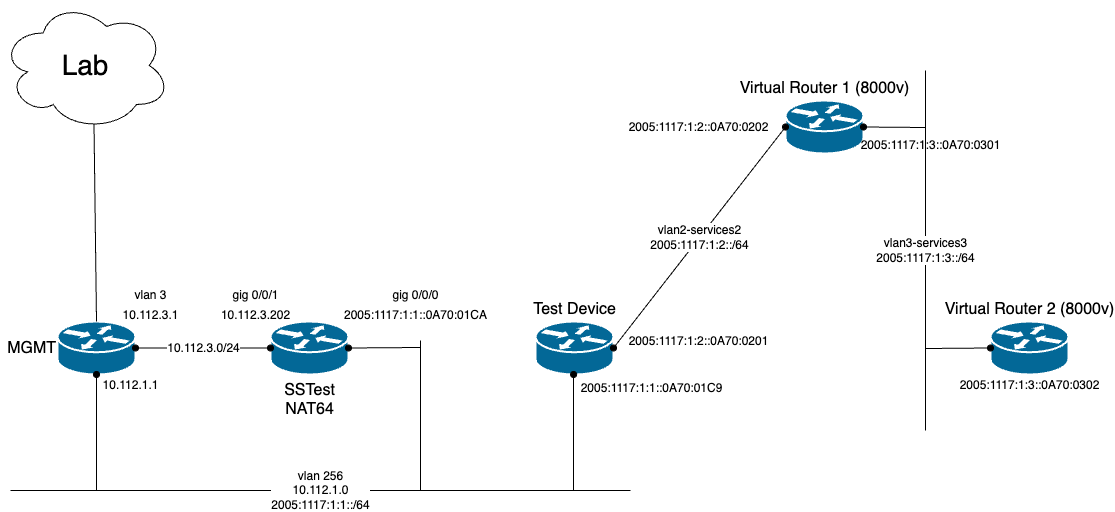
The draw.io diagram Network_Diagram.png in JSkrab/Cisco_IPv6_Testing, before a commit. Source tidied: cells renumbered, new cells last; positions are measured from the earlier drawing's top-left corner, leaving out a move shared by most shapes.
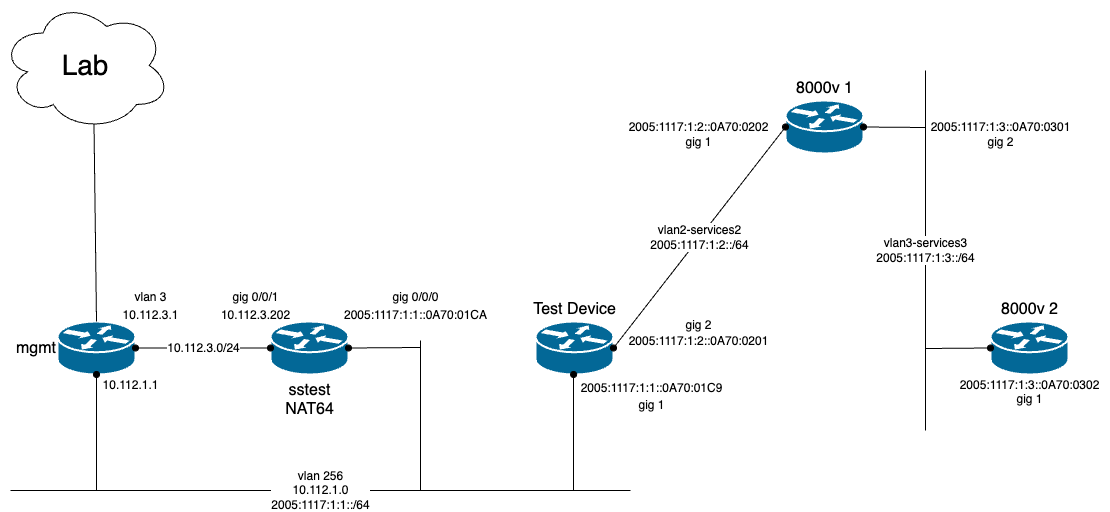
The same file after the commit.

The edit, as a diff of the source:
```diff
@@ -5,19 +5,19 @@
     <mxCell id="2" value="&lt;font style=&quot;font-size: 28px;&quot;&gt;Lab&lt;/font&gt;" style="ellipse;shape=cloud;whiteSpace=wrap;html=1;" parent="1" vertex="1">
       <mxGeometry width="170" height="130" as="geometry" />
     </mxCell>
-    <mxCell id="3" value="&lt;span style=&quot;font-size: 16px;&quot;&gt;MGMT&lt;br&gt;&lt;/span&gt;" style="shape=mxgraph.cisco.routers.router;sketch=0;html=1;dashed=0;fillColor=#036897;strokeColor=#ffffff;strokeWidth=2;verticalLabelPosition=middle;verticalAlign=middle;align=right;outlineConnect=0;labelPosition=left;textDirection=ltr;" parent="1" vertex="1">
+    <mxCell id="3" value="&lt;span style=&quot;font-size: 16px;&quot;&gt;mgmt&lt;br&gt;&lt;/span&gt;" style="shape=mxgraph.cisco.routers.router;sketch=0;html=1;dashed=0;fillColor=#036897;strokeColor=#ffffff;strokeWidth=2;verticalLabelPosition=middle;verticalAlign=middle;align=right;outlineConnect=0;labelPosition=left;textDirection=ltr;" parent="1" vertex="1">
       <mxGeometry x="57" y="321" width="78" height="53" as="geometry" />
     </mxCell>
     <mxCell id="4" value="&lt;font style=&quot;font-size: 16px;&quot;&gt;Test Device&lt;/font&gt;" style="shape=mxgraph.cisco.routers.router;sketch=0;html=1;dashed=0;fillColor=#036897;strokeColor=#ffffff;strokeWidth=2;verticalLabelPosition=top;verticalAlign=bottom;align=center;outlineConnect=0;labelPosition=center;" parent="1" vertex="1">
       <mxGeometry x="535" y="321" width="78" height="53" as="geometry" />
     </mxCell>
-    <mxCell id="5" value="&lt;font style=&quot;font-size: 16px;&quot;&gt;Virtual Router 1 (8000v)&lt;/font&gt;" style="shape=mxgraph.cisco.routers.router;sketch=0;html=1;dashed=0;fillColor=#036897;strokeColor=#ffffff;strokeWidth=2;verticalLabelPosition=top;verticalAlign=bottom;align=center;outlineConnect=0;labelPosition=center;" parent="1" vertex="1">
+    <mxCell id="5" value="&lt;font style=&quot;font-size: 16px;&quot;&gt;8000v 1&lt;/font&gt;" style="shape=mxgraph.cisco.routers.router;sketch=0;html=1;dashed=0;fillColor=#036897;strokeColor=#ffffff;strokeWidth=2;verticalLabelPosition=top;verticalAlign=bottom;align=center;outlineConnect=0;labelPosition=center;" parent="1" vertex="1">
       <mxGeometry x="785" y="100" width="78" height="53" as="geometry" />
     </mxCell>
-    <mxCell id="6" value="&lt;font style=&quot;font-size: 16px;&quot;&gt;Virtual Router 2 (8000v)&lt;/font&gt;" style="shape=mxgraph.cisco.routers.router;sketch=0;html=1;dashed=0;fillColor=#036897;strokeColor=#ffffff;strokeWidth=2;verticalLabelPosition=top;verticalAlign=bottom;align=center;outlineConnect=0;labelPosition=center;" parent="1" vertex="1">
+    <mxCell id="6" value="&lt;span style=&quot;font-size: 16px;&quot;&gt;8000v 2&lt;/span&gt;" style="shape=mxgraph.cisco.routers.router;sketch=0;html=1;dashed=0;fillColor=#036897;strokeColor=#ffffff;strokeWidth=2;verticalLabelPosition=top;verticalAlign=bottom;align=center;outlineConnect=0;labelPosition=center;" parent="1" vertex="1">
       <mxGeometry x="990" y="321" width="78" height="53" as="geometry" />
     </mxCell>
-    <mxCell id="7" value="&lt;font style=&quot;font-size: 16px;&quot;&gt;SSTest&lt;br&gt;NAT64&lt;br&gt;&lt;/font&gt;" style="shape=mxgraph.cisco.routers.router;sketch=0;html=1;dashed=0;fillColor=#036897;strokeColor=#ffffff;strokeWidth=2;verticalLabelPosition=bottom;verticalAlign=top;align=center;outlineConnect=0;" parent="1" vertex="1">
+    <mxCell id="7" value="&lt;font style=&quot;font-size: 16px;&quot;&gt;sstest&lt;br&gt;NAT64&lt;br&gt;&lt;/font&gt;" style="shape=mxgraph.cisco.routers.router;sketch=0;html=1;dashed=0;fillColor=#036897;strokeColor=#ffffff;strokeWidth=2;verticalLabelPosition=bottom;verticalAlign=top;align=center;outlineConnect=0;" parent="1" vertex="1">
       <mxGeometry x="270" y="321" width="78" height="53" as="geometry" />
     </mxCell>
     <mxCell id="8" value="&lt;font style=&quot;font-size: 12px;&quot;&gt;vlan2-services2&lt;br&gt;2005:1117:1:2::/64&lt;br&gt;&lt;/font&gt;" style="endArrow=oval;html=1;rounded=0;entryX=1;entryY=0.5;entryDx=0;entryDy=0;entryPerimeter=0;exitX=0;exitY=0.5;exitDx=0;exitDy=0;exitPerimeter=0;startArrow=oval;startFill=1;endFill=1;" parent="1" edge="1" source="5" target="4">
@@ -89,10 +89,10 @@
       <mxGeometry x="110" y="300" width="80" height="30" as="geometry" />
     </mxCell>
     <mxCell id="24" value="vlan 3" style="text;html=1;align=center;verticalAlign=middle;strokeColor=none;fillColor=none;" parent="1" vertex="1">
-      <mxGeometry x="120" y="280" width="60" height="30" as="geometry" />
+      <mxGeometry x="120" y="282" width="60" height="30" as="geometry" />
     </mxCell>
     <mxCell id="25" value="gig 0/0/1" style="text;html=1;align=center;verticalAlign=middle;strokeColor=none;fillColor=none;" parent="1" vertex="1">
-      <mxGeometry x="220" y="280" width="70" height="30" as="geometry" />
+      <mxGeometry x="220" y="282" width="70" height="30" as="geometry" />
     </mxCell>
     <mxCell id="26" value="10.112.1.1" style="text;html=1;align=center;verticalAlign=middle;strokeColor=none;fillColor=none;" parent="1" vertex="1">
       <mxGeometry x="90" y="370" width="80" height="30" as="geometry" />
@@ -101,13 +101,28 @@
       <mxGeometry x="618" y="111.5" width="160" height="30" as="geometry" />
     </mxCell>
     <mxCell id="28" value="2005:1117:1:3::0A70:0301" style="text;html=1;align=center;verticalAlign=middle;strokeColor=none;fillColor=none;" parent="1" vertex="1">
-      <mxGeometry x="850" y="130" width="160" height="30" as="geometry" />
+      <mxGeometry x="920" y="111.5" width="160" height="30" as="geometry" />
     </mxCell>
     <mxCell id="29" value="2005:1117:1:3::0A70:0302" style="text;html=1;align=center;verticalAlign=middle;strokeColor=none;fillColor=none;" parent="1" vertex="1">
       <mxGeometry x="949" y="370" width="160" height="30" as="geometry" />
     </mxCell>
     <mxCell id="30" value="gig 0/0/0" style="text;html=1;align=center;verticalAlign=middle;strokeColor=none;fillColor=none;" parent="1" vertex="1">
-      <mxGeometry x="380" y="280" width="70" height="30" as="geometry" />
+      <mxGeometry x="380" y="282" width="70" height="30" as="geometry" />
     </mxCell>
+    <mxCell id="31" value="gig 1" style="text;html=1;align=center;verticalAlign=middle;strokeColor=none;fillColor=none;" parent="1" vertex="1">
+      <mxGeometry x="626" y="390" width="50" height="30" as="geometry" />
+    </mxCell>
+    <mxCell id="32" value="gig 2" style="text;html=1;align=center;verticalAlign=middle;strokeColor=none;fillColor=none;" parent="1" vertex="1">
+      <mxGeometry x="673" y="310" width="50" height="30" as="geometry" />
+    </mxCell>
+    <mxCell id="33" value="gig 1" style="text;html=1;align=center;verticalAlign=middle;strokeColor=none;fillColor=none;" parent="1" vertex="1">
+      <mxGeometry x="673" y="127" width="50" height="30" as="geometry" />
+    </mxCell>
+    <mxCell id="34" value="gig 2" style="text;html=1;align=center;verticalAlign=middle;strokeColor=none;fillColor=none;" parent="1" vertex="1">
+      <mxGeometry x="975" y="127" width="50" height="30" as="geometry" />
+    </mxCell>
+    <mxCell id="35" value="gig 1" style="text;html=1;align=center;verticalAlign=middle;strokeColor=none;fillColor=none;" parent="1" vertex="1">
+      <mxGeometry x="1004" y="384" width="50" height="30" as="geometry" />
+    </mxCell>
   </root>
 </mxGraphModel>
```
